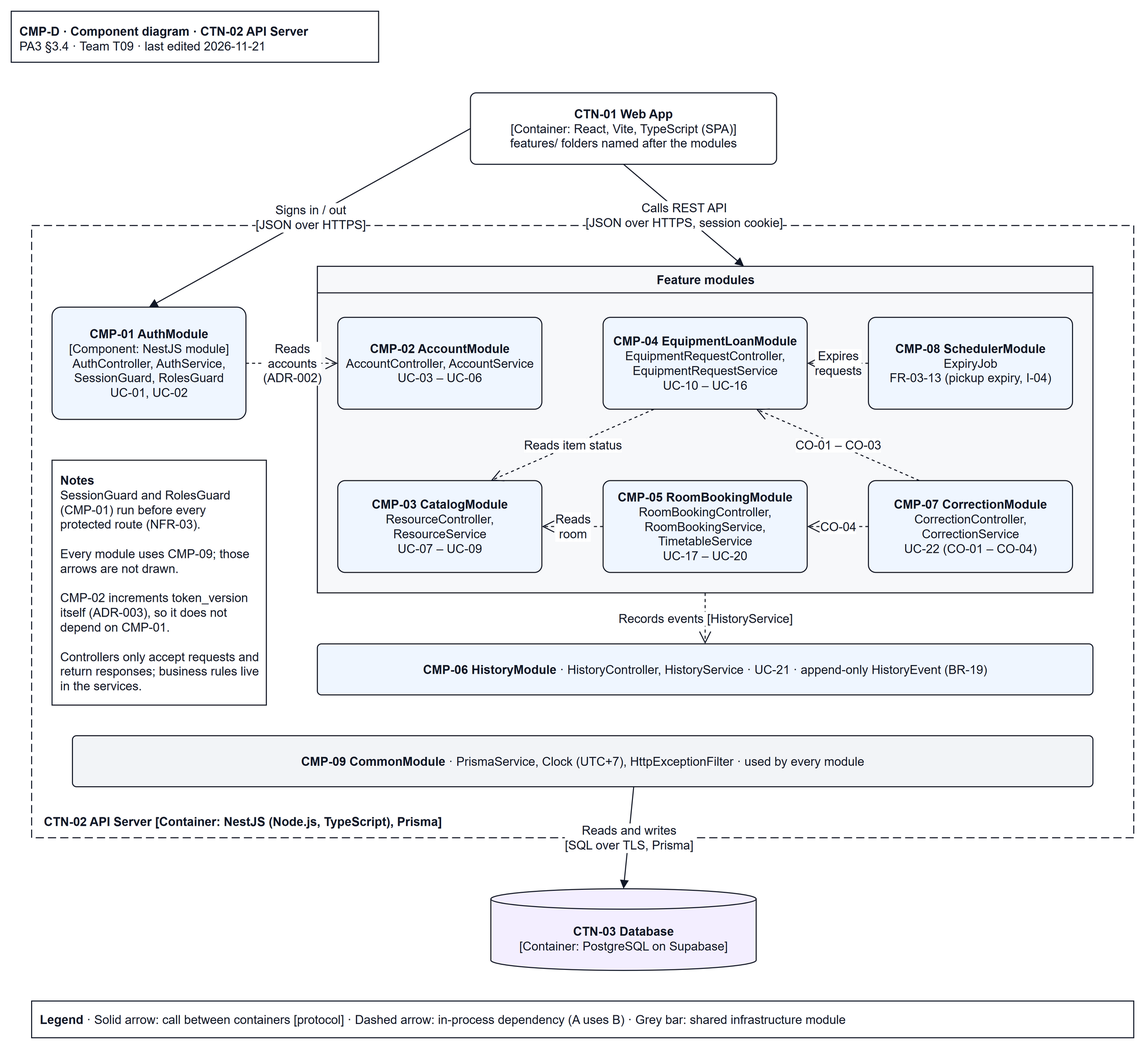
Earlier version of the draw.io export docs/design/diagrams/CMP-D_component.drawio.png (JuliaTrang/T09-CampusBorrow). Source tidied: cells renumbered, new cells last; positions are measured from the earlier drawing's top-left corner, leaving out a move shared by most shapes.
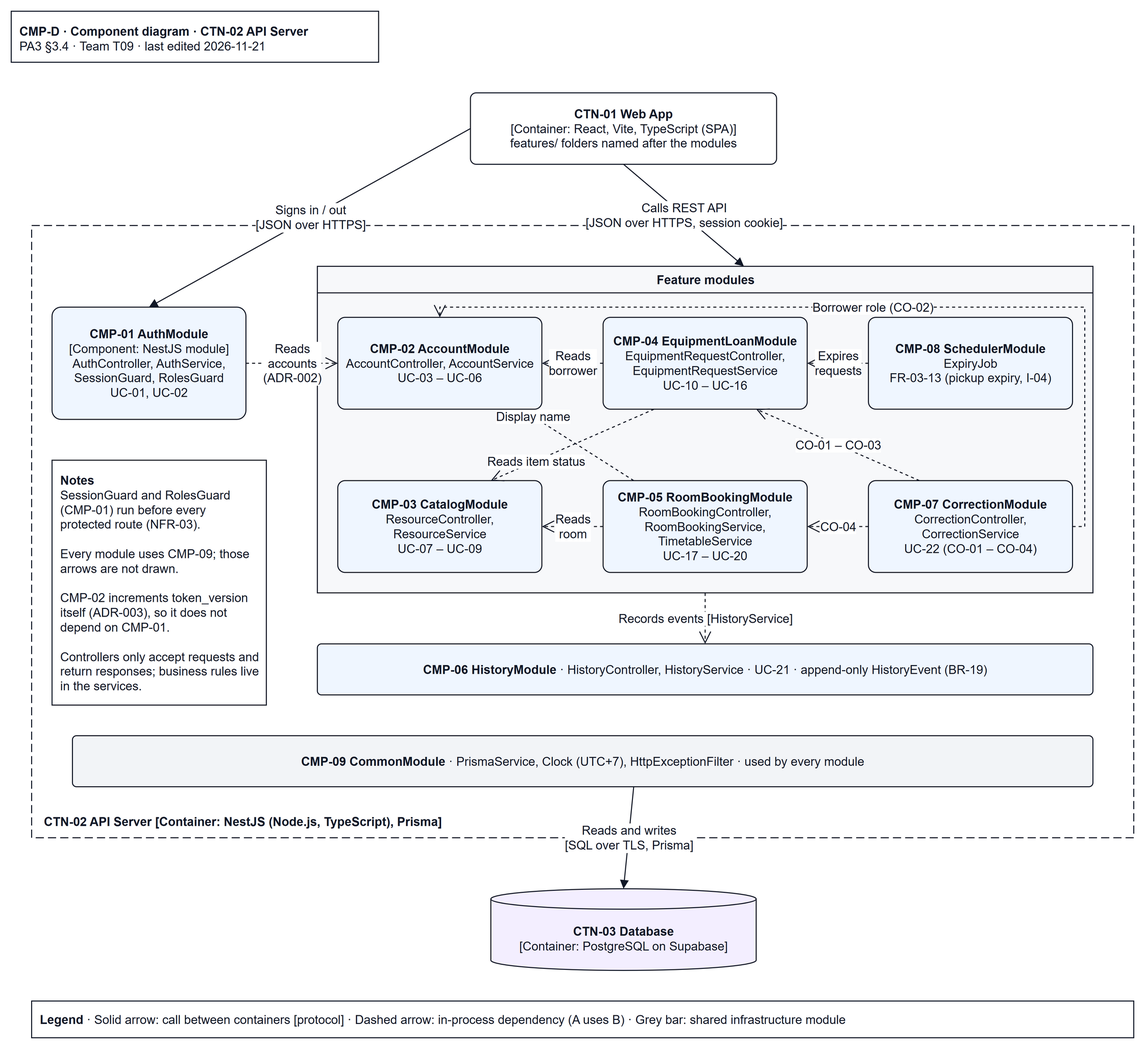
Above is the later version.

What changed in the source:
```diff
@@ -60,7 +60,7 @@
       <mxGeometry relative="1" as="geometry" />
     </mxCell>
     <mxCell id="21" value="Reads item status" style="html=1;strokeColor=#111827;fontFamily=Arial;fontSize=12;fontColor=#111827;endArrow=open;endSize=10;dashed=1;labelBackgroundColor=#FFFFFF;exitX=0.25;exitY=1;entryX=0.75;entryY=0;" parent="7" edge="1" source="9" target="11">
-      <mxGeometry relative="1" as="geometry" />
+      <mxGeometry x="0.45" relative="1" as="geometry" />
     </mxCell>
     <mxCell id="22" value="Reads&lt;br&gt;room" style="html=1;strokeColor=#111827;fontFamily=Arial;fontSize=12;fontColor=#111827;endArrow=open;endSize=10;dashed=1;labelBackgroundColor=#FFFFFF;" parent="7" edge="1" source="12" target="11">
       <mxGeometry relative="1" as="geometry" />
@@ -80,5 +80,20 @@
     <mxCell id="27" value="&lt;b&gt;Legend&lt;/b&gt; · Solid arrow: call between containers [protocol] · Dashed arrow: in-process dependency (A uses B) · Grey bar: shared infrastructure module" style="text;html=1;align=left;verticalAlign=middle;whiteSpace=wrap;fontFamily=Arial;fontSize=12;fontColor=#111827;strokeColor=#111827;fillColor=#FFFFFF;spacing=8;" parent="1" vertex="1">
       <mxGeometry x="20" y="970" width="1080" height="36" as="geometry" />
     </mxCell>
+    <mxCell id="28" value="Reads&lt;br&gt;borrower" style="html=1;strokeColor=#111827;fontFamily=Arial;fontSize=12;fontColor=#111827;endArrow=open;endSize=10;dashed=1;labelBackgroundColor=#FFFFFF;exitX=0;exitY=0.5;entryX=1;entryY=0.5;" parent="7" edge="1" source="9" target="8">
+      <mxGeometry relative="1" as="geometry" />
+    </mxCell>
+    <mxCell id="29" value="Display name" style="html=1;strokeColor=#111827;fontFamily=Arial;fontSize=12;fontColor=#111827;endArrow=open;endSize=10;dashed=1;labelBackgroundColor=#FFFFFF;exitX=0.15;exitY=0;entryX=0.9;entryY=1;" parent="7" edge="1" source="12" target="8">
+      <mxGeometry x="0.8" relative="1" as="geometry" />
+    </mxCell>
+    <mxCell id="30" value="Borrower role (CO-02)" style="html=1;strokeColor=#111827;fontFamily=Arial;fontSize=12;fontColor=#111827;endArrow=open;endSize=10;dashed=1;labelBackgroundColor=#FFFFFF;edgeStyle=orthogonalEdgeStyle;rounded=0;exitX=1;exitY=0.5;entryX=0.5;entryY=0;" parent="7" edge="1" source="13" target="8">
+      <mxGeometry relative="1" as="geometry">
+        <Array as="points">
+          <mxPoint x="752" y="255" />
+          <mxPoint x="752" y="40" />
+          <mxPoint x="120" y="40" />
+        </Array>
+      </mxGeometry>
+    </mxCell>
   </root>
 </mxGraphModel>
```
